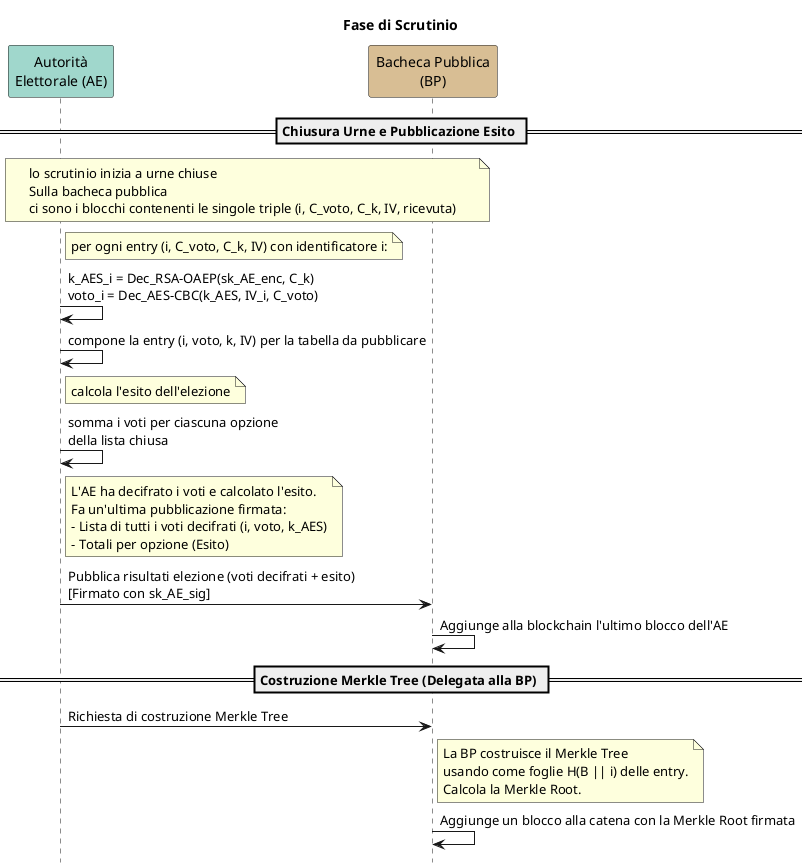
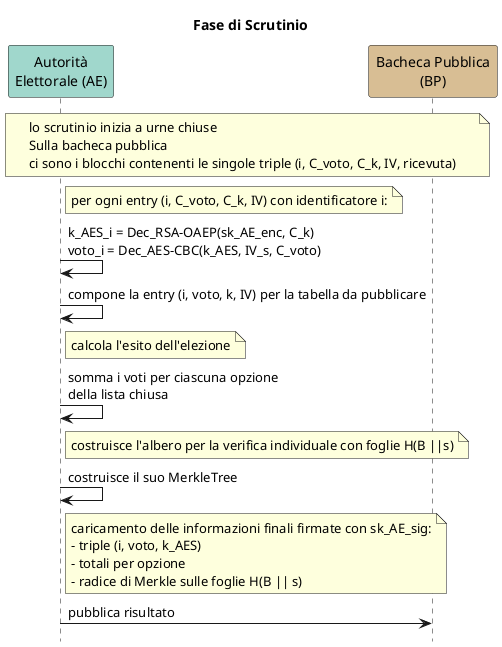
@startuml

hide footbox
title Fase di Scrutinio
participant "Autorità\nElettorale (AE)" as AE #a0d7cc
participant "Bacheca Pubblica\n(BP)" as BP #d8be94

- == Chiusura Urne e Pubblicazione Esito ==
note over AE, BP: lo scrutinio inizia a urne chiuse\nSulla bacheca pubblica\nci sono i blocchi contenenti le singole triple (i, C_voto, C_k, IV, ricevuta)

note right of AE: per ogni entry (i, C_voto, C_k, IV) con identificatore i:
- AE -> AE : k_AES_i = Dec_RSA-OAEP(sk_AE_enc, C_k)\nvoto_i = Dec_AES-CBC(k_AES, IV_i, C_voto)
+ AE -> AE : k_AES_i = Dec_RSA-OAEP(sk_AE_enc, C_k)\nvoto_i = Dec_AES-CBC(k_AES, IV_s, C_voto)

AE -> AE: compone la entry (i, voto, k, IV) per la tabella da pubblicare

note right of AE: calcola l'esito dell'elezione
AE -> AE: somma i voti per ciascuna opzione\ndella lista chiusa

+ note right of AE: costruisce l'albero per la verifica individuale con foglie H(B ||s)
+ AE -> AE: costruisce il suo MerkleTree

- note right of AE: L'AE ha decifrato i voti e calcolato l'esito.\nFa un'ultima pubblicazione firmata:\n- Lista di tutti i voti decifrati (i, voto, k_AES)\n- Totali per opzione (Esito)
- AE -> BP: Pubblica risultati elezione (voti decifrati + esito)\n[Firmato con sk_AE_sig]
- 
- BP -> BP: Aggiunge alla blockchain l'ultimo blocco dell'AE
- 
- 
- == Costruzione Merkle Tree (Delegata alla BP) ==
- 
- AE -> BP: Richiesta di costruzione Merkle Tree
- note right of BP: La BP costruisce il Merkle Tree\nusando come foglie H(B || i) delle entry.\nCalcola la Merkle Root.
- 
- BP -> BP: Aggiunge un blocco alla catena con la Merkle Root firmata
- 
- 
+ note right of AE: caricamento delle informazioni finali firmate con sk_AE_sig:\n- triple (i, voto, k_AES)\n- totali per opzione\n- radice di Merkle sulle foglie H(B || s)
+ AE -> BP: pubblica risultato

@enduml